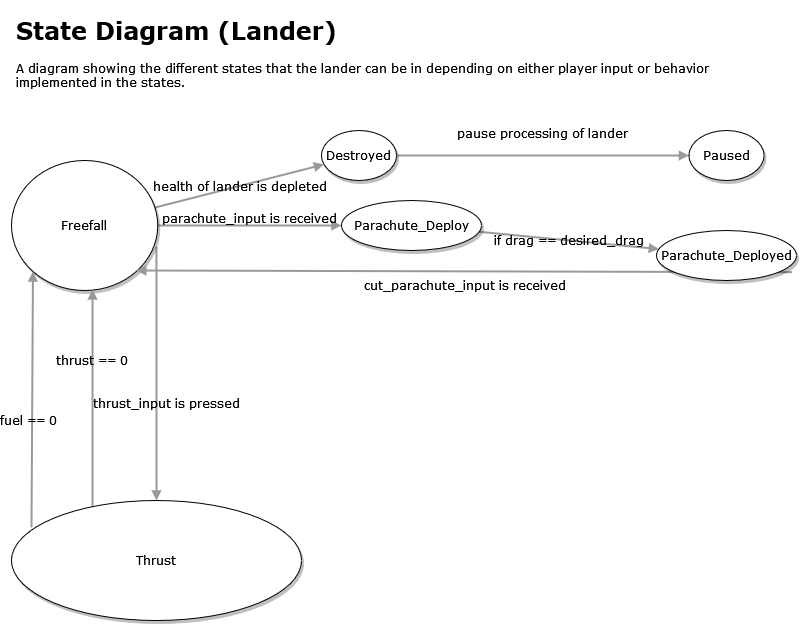
swift456/mars-lander keeps this draw.io diagram as Design/lander-state.png. Above is the earlier version. Source tidied: cells renumbered, new cells last; positions are measured from the earlier drawing's top-left corner, leaving out a move shared by most shapes.
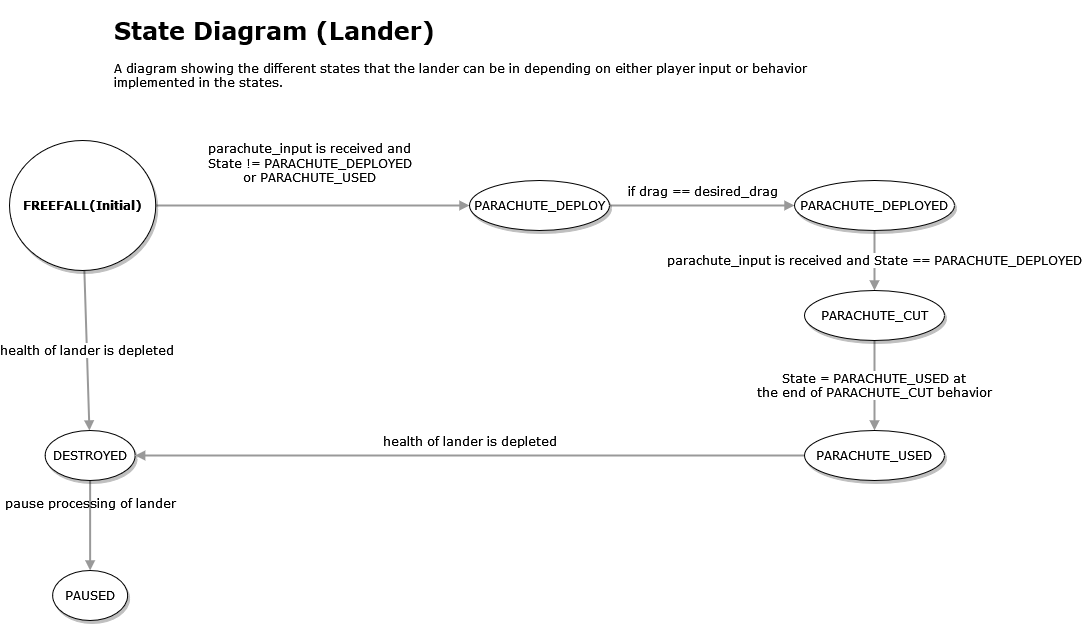
The same diagram one commit later.

Commit message:
State diagram updated to reflect new behaviour implemented in prototyping.

Change to the diagram source:
```diff
@@ -2,55 +2,50 @@
   <root>
     <mxCell id="0" />
     <mxCell id="1" parent="0" />
-    <mxCell id="2" value="&lt;br&gt;&lt;div&gt;&lt;br&gt;&lt;/div&gt;&lt;div&gt;&lt;br&gt;&lt;/div&gt;&lt;div&gt;&lt;br&gt;&lt;/div&gt;&lt;div&gt;&lt;br&gt;&lt;/div&gt;&lt;div&gt;&lt;br&gt;&lt;/div&gt;&lt;div&gt;&lt;br&gt;&lt;/div&gt;&lt;div&gt;&lt;br&gt;&lt;/div&gt;&lt;div&gt;&lt;br&gt;&lt;/div&gt;&lt;div&gt;thrust_input is pressed&lt;/div&gt;" style="edgeStyle=none;rounded=1;html=1;labelBackgroundColor=none;startArrow=none;startFill=0;startSize=5;endArrow=block;endFill=1;endSize=5;jettySize=auto;strokeColor=#999999;strokeWidth=2;fontFamily=Verdana;fontSize=12;exitX=0.991;exitY=0.662;exitDx=0;exitDy=0;exitPerimeter=0;" parent="1" edge="1" source="5" target="8">
-      <mxGeometry x="-0.28" y="10" relative="1" as="geometry" />
-    </mxCell>
-    <mxCell id="3" value="health of lander is depleted" style="edgeStyle=none;rounded=1;html=1;labelBackgroundColor=none;startArrow=none;startFill=0;startSize=5;endArrow=block;endFill=1;endSize=5;jettySize=auto;strokeColor=#999999;strokeWidth=2;fontFamily=Verdana;fontSize=12;" parent="1" edge="1" source="5" target="14">
+    <mxCell id="3" value="health of lander is depleted" style="rounded=1;html=1;labelBackgroundColor=default;startArrow=none;startFill=0;startSize=5;endArrow=block;endFill=1;endSize=5;jettySize=auto;strokeColor=#999999;strokeWidth=2;fontFamily=Verdana;fontSize=12;" parent="1" edge="1" source="5" target="14">
       <mxGeometry relative="1" as="geometry" />
     </mxCell>
-    <mxCell id="4" value="&lt;div&gt;parachute_input is received&lt;br&gt;&lt;/div&gt;&lt;div&gt;&lt;br&gt;&lt;/div&gt;" style="edgeStyle=none;rounded=1;html=1;labelBackgroundColor=none;startArrow=none;startFill=0;startSize=5;endArrow=block;endFill=1;endSize=5;jettySize=auto;strokeColor=#999999;strokeWidth=2;fontFamily=Verdana;fontSize=12;entryX=0;entryY=0.5;entryDx=0;entryDy=0;" parent="1" edge="1" source="5" target="10">
-      <mxGeometry relative="1" as="geometry" />
+    <mxCell id="4" value="&lt;div&gt;parachute_input is received and &lt;br&gt;&lt;/div&gt;&lt;div&gt;State != PARACHUTE_DEPLOYED &lt;br&gt;&lt;/div&gt;&lt;div&gt;or PARACHUTE_USED&lt;br&gt;&lt;/div&gt;&lt;div&gt;&lt;br&gt;&lt;/div&gt;" style="edgeStyle=none;rounded=1;html=1;labelBackgroundColor=none;startArrow=none;startFill=0;startSize=5;endArrow=block;endFill=1;endSize=5;jettySize=auto;strokeColor=#999999;strokeWidth=2;fontFamily=Verdana;fontSize=12;entryX=0;entryY=0.5;entryDx=0;entryDy=0;" parent="1" edge="1" source="5" target="10">
+      <mxGeometry x="-0.02" y="35" relative="1" as="geometry" />
     </mxCell>
-    <mxCell id="5" value="Freefall" style="ellipse;whiteSpace=wrap;html=1;rounded=0;shadow=1;comic=0;labelBackgroundColor=none;strokeWidth=1;fontFamily=Verdana;fontSize=12;align=center;" parent="1" vertex="1">
-      <mxGeometry y="150" width="146.2" height="130" as="geometry" />
+    <mxCell id="5" value="&lt;b&gt;FREEFALL(Initial)&lt;/b&gt;" style="ellipse;whiteSpace=wrap;html=1;rounded=0;shadow=1;comic=0;labelBackgroundColor=none;strokeWidth=1;fontFamily=Verdana;fontSize=12;align=center;" parent="1" vertex="1">
+      <mxGeometry x="-150" y="250" width="146.2" height="130" as="geometry" />
     </mxCell>
-    <mxCell id="6" value="thrust == 0" style="edgeStyle=none;rounded=1;html=1;labelBackgroundColor=none;startArrow=none;startFill=0;startSize=5;endArrow=block;endFill=1;endSize=5;jettySize=auto;strokeColor=#999999;strokeWidth=2;fontFamily=Verdana;fontSize=12;entryX=0.554;entryY=0.992;entryDx=0;entryDy=0;entryPerimeter=0;" parent="1" edge="1" target="5">
-      <mxGeometry x="0.49" y="1" relative="1" as="geometry">
-        <mxPoint x="81" y="560" as="sourcePoint" />
-      </mxGeometry>
-    </mxCell>
-    <mxCell id="7" value="fuel == 0" style="edgeStyle=none;shape=connector;rounded=1;jettySize=auto;html=1;exitX=0.069;exitY=0.225;exitDx=0;exitDy=0;labelBackgroundColor=none;strokeColor=#999999;strokeWidth=2;fontFamily=Verdana;fontSize=12;fontColor=default;startArrow=none;startFill=0;endArrow=block;endFill=1;startSize=5;endSize=5;entryX=0;entryY=1;entryDx=0;entryDy=0;exitPerimeter=0;" parent="1" edge="1" source="8" target="5">
-      <mxGeometry x="-0.17" y="4" relative="1" as="geometry" />
-    </mxCell>
-    <mxCell id="8" value="Thrust" style="ellipse;whiteSpace=wrap;html=1;rounded=0;shadow=1;comic=0;labelBackgroundColor=none;strokeWidth=1;fontFamily=Verdana;fontSize=12;align=center;" parent="1" vertex="1">
-      <mxGeometry y="490" width="290" height="120" as="geometry" />
-    </mxCell>
-    <mxCell id="9" value="&lt;br&gt;&lt;div&gt;if drag == desired_drag&lt;br&gt;&lt;/div&gt;&lt;div&gt;&lt;br&gt;&lt;/div&gt;" style="edgeStyle=none;rounded=1;html=1;labelBackgroundColor=none;startArrow=none;startFill=0;startSize=5;endArrow=block;endFill=1;endSize=5;jettySize=auto;strokeColor=#999999;strokeWidth=2;fontFamily=Verdana;fontSize=12;" parent="1" edge="1" source="10" target="12">
+    <mxCell id="9" value="&lt;br&gt;&lt;div&gt;if drag == desired_drag&lt;br&gt;&lt;/div&gt;&lt;div&gt;&lt;br&gt;&lt;/div&gt;&lt;div&gt;&lt;br&gt;&lt;/div&gt;&lt;div&gt;&lt;br&gt;&lt;/div&gt;" style="edgeStyle=none;rounded=1;html=1;labelBackgroundColor=none;startArrow=none;startFill=0;startSize=5;endArrow=block;endFill=1;endSize=5;jettySize=auto;strokeColor=#999999;strokeWidth=2;fontFamily=Verdana;fontSize=12;" parent="1" edge="1" source="10" target="12">
       <mxGeometry relative="1" as="geometry" />
     </mxCell>
-    <mxCell id="10" value="Parachute_Deploy" style="ellipse;whiteSpace=wrap;html=1;rounded=0;shadow=1;comic=0;labelBackgroundColor=none;strokeWidth=1;fontFamily=Verdana;fontSize=12;align=center;" parent="1" vertex="1">
-      <mxGeometry x="330" y="190" width="140" height="50" as="geometry" />
+    <mxCell id="10" value="PARACHUTE_DEPLOY" style="ellipse;whiteSpace=wrap;html=1;rounded=0;shadow=1;comic=0;labelBackgroundColor=none;strokeWidth=1;fontFamily=Verdana;fontSize=12;align=center;" parent="1" vertex="1">
+      <mxGeometry x="310" y="290" width="140" height="50" as="geometry" />
     </mxCell>
-    <mxCell id="11" value="&lt;div&gt;&lt;br&gt;&lt;/div&gt;&lt;div&gt;&lt;br&gt;&lt;/div&gt;&lt;div&gt;cut_parachute_input is received&lt;/div&gt;" style="rounded=1;orthogonalLoop=1;jettySize=auto;html=1;exitX=0;exitY=1;exitDx=0;exitDy=0;entryX=1;entryY=1;entryDx=0;entryDy=0;strokeColor=#999999;fontSize=12;fontFamily=Verdana;endArrow=block;endFill=1;labelBackgroundColor=none;startArrow=none;startFill=0;startSize=5;endSize=5;strokeWidth=2;" parent="1" edge="1">
-      <mxGeometry relative="1" as="geometry">
-        <mxPoint x="780.5" y="261.7" as="sourcePoint" />
-        <mxPoint x="124.8" y="260" as="targetPoint" />
-      </mxGeometry>
-    </mxCell>
+    <mxCell id="17" value="parachute_input is received and State == PARACHUTE_DEPLOYED " style="edgeStyle=orthogonalEdgeStyle;rounded=1;jettySize=auto;html=1;endArrow=block;fontSize=12;fontFamily=Verdana;strokeColor=#999999;startArrow=none;startFill=0;startSize=5;endFill=1;endSize=5;strokeWidth=2;" parent="1" edge="1" source="12" target="19">
+      <mxGeometry relative="1" as="geometry" />
+    </mxCell>
-    <mxCell id="12" value="Parachute_Deployed" style="ellipse;whiteSpace=wrap;html=1;rounded=0;shadow=1;comic=0;labelBackgroundColor=none;strokeWidth=1;fontFamily=Verdana;fontSize=12;align=center;" parent="1" vertex="1">
-      <mxGeometry x="645" y="220" width="140" height="50" as="geometry" />
+    <mxCell id="12" value="PARACHUTE_DEPLOYED" style="ellipse;whiteSpace=wrap;html=1;rounded=0;shadow=1;comic=0;labelBackgroundColor=none;strokeWidth=1;fontFamily=Verdana;fontSize=12;align=center;" parent="1" vertex="1">
+      <mxGeometry x="635" y="290" width="160" height="50" as="geometry" />
     </mxCell>
-    <mxCell id="13" value="&lt;div&gt;pause processing of lander&lt;/div&gt;&lt;div&gt;&lt;br&gt;&lt;/div&gt;&lt;div&gt;&lt;br&gt;&lt;/div&gt;&lt;div&gt;&lt;br&gt;&lt;/div&gt;" style="edgeStyle=none;rounded=1;html=1;labelBackgroundColor=none;startArrow=none;startFill=0;startSize=5;endArrow=block;endFill=1;endSize=5;jettySize=auto;strokeColor=#999999;strokeWidth=2;fontFamily=Verdana;fontSize=12;" parent="1" edge="1" source="14" target="15">
+    <mxCell id="13" value="&lt;div&gt;pause processing of lander&lt;/div&gt;&lt;div&gt;&lt;br&gt;&lt;/div&gt;&lt;div&gt;&lt;br&gt;&lt;/div&gt;&lt;div&gt;&lt;br&gt;&lt;/div&gt;" style="rounded=1;html=1;labelBackgroundColor=none;startArrow=none;startFill=0;startSize=5;endArrow=block;endFill=1;endSize=5;jettySize=auto;strokeColor=#999999;strokeWidth=2;fontFamily=Verdana;fontSize=12;" parent="1" edge="1" source="14" target="15">
       <mxGeometry relative="1" as="geometry" />
     </mxCell>
-    <mxCell id="14" value="Destroyed" style="ellipse;whiteSpace=wrap;html=1;rounded=0;shadow=1;comic=0;labelBackgroundColor=none;strokeWidth=1;fontFamily=Verdana;fontSize=12;align=center;" parent="1" vertex="1">
-      <mxGeometry x="310" y="120" width="75" height="50" as="geometry" />
+    <mxCell id="14" value="DESTROYED" style="ellipse;whiteSpace=wrap;html=1;rounded=0;shadow=1;comic=0;labelBackgroundColor=none;strokeWidth=1;fontFamily=Verdana;fontSize=12;align=center;" parent="1" vertex="1">
+      <mxGeometry x="-114.4" y="540" width="90" height="50" as="geometry" />
     </mxCell>
-    <mxCell id="15" value="Paused" style="ellipse;whiteSpace=wrap;html=1;rounded=0;shadow=1;comic=0;labelBackgroundColor=none;strokeWidth=1;fontFamily=Verdana;fontSize=12;align=center;" parent="1" vertex="1">
-      <mxGeometry x="677.5" y="120" width="75" height="50" as="geometry" />
+    <mxCell id="15" value="PAUSED" style="ellipse;whiteSpace=wrap;html=1;rounded=0;shadow=1;comic=0;labelBackgroundColor=none;strokeWidth=1;fontFamily=Verdana;fontSize=12;align=center;" parent="1" vertex="1">
+      <mxGeometry x="-106.9" y="680" width="75" height="50" as="geometry" />
     </mxCell>
     <mxCell id="16" value="&lt;h1&gt;State Diagram (Lander) &lt;br&gt;&lt;/h1&gt;&lt;p&gt;A diagram showing the different states that the lander can be in depending on either player input or behavior implemented in the states.&lt;br&gt;&lt;/p&gt;" style="text;html=1;strokeColor=none;fillColor=none;spacing=5;spacingTop=-20;whiteSpace=wrap;overflow=hidden;rounded=0;fontSize=12;fontFamily=Verdana;fontColor=default;" parent="1" vertex="1">
-      <mxGeometry width="750" height="110" as="geometry" />
+      <mxGeometry x="-50" y="120" width="750" height="110" as="geometry" />
     </mxCell>
+    <mxCell id="18" value="&lt;div&gt;State = PARACHUTE_USED at &lt;br&gt;&lt;/div&gt;&lt;div&gt;the end of PARACHUTE_CUT behavior&lt;/div&gt;" style="edgeStyle=none;shape=connector;rounded=1;jettySize=auto;html=1;labelBackgroundColor=default;strokeColor=#999999;strokeWidth=2;fontFamily=Verdana;fontSize=12;fontColor=default;startArrow=none;startFill=0;endArrow=block;endFill=1;startSize=5;endSize=5;" parent="1" edge="1" source="19" target="21">
+      <mxGeometry relative="1" as="geometry" />
+    </mxCell>
+    <mxCell id="19" value="PARACHUTE_CUT" style="ellipse;whiteSpace=wrap;html=1;rounded=0;shadow=1;comic=0;labelBackgroundColor=none;strokeWidth=1;fontFamily=Verdana;fontSize=12;align=center;" parent="1" vertex="1">
+      <mxGeometry x="645" y="400" width="140" height="50" as="geometry" />
+    </mxCell>
+    <mxCell id="20" value="&lt;div&gt;health of lander is depleted&lt;/div&gt;&lt;div&gt;&lt;br&gt;&lt;/div&gt;&lt;div&gt;&lt;br&gt;&lt;/div&gt;" style="edgeStyle=none;shape=connector;rounded=1;jettySize=auto;html=1;entryX=1;entryY=0.5;entryDx=0;entryDy=0;labelBackgroundColor=none;strokeColor=#999999;strokeWidth=2;fontFamily=Verdana;fontSize=12;fontColor=default;startArrow=none;startFill=0;endArrow=block;endFill=1;startSize=5;endSize=5;" parent="1" edge="1" source="21" target="14">
+      <mxGeometry relative="1" as="geometry" />
+    </mxCell>
+    <mxCell id="21" value="PARACHUTE_USED" style="ellipse;whiteSpace=wrap;html=1;rounded=0;shadow=1;comic=0;labelBackgroundColor=none;strokeWidth=1;fontFamily=Verdana;fontSize=12;align=center;" parent="1" vertex="1">
+      <mxGeometry x="645" y="540" width="140" height="50" as="geometry" />
+    </mxCell>
   </root>
 </mxGraphModel>
```
